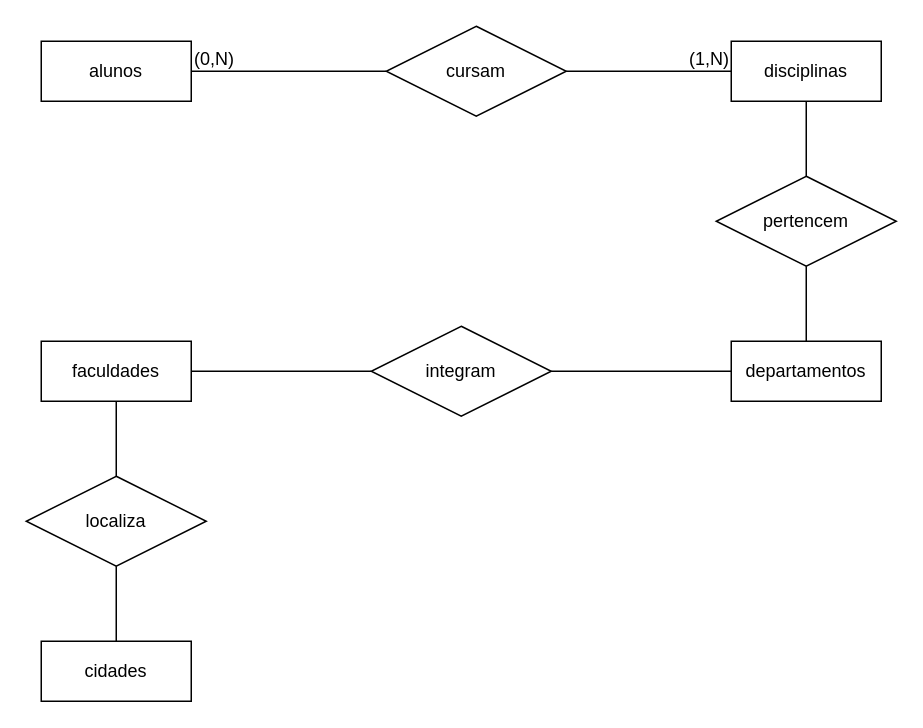
rebeccajanuario/MER keeps this draw.io diagram as modelorelacional.drawio. Above is the earlier version. Source tidied: cells renumbered, new cells numbered last; positions are measured from the earlier drawing's top-left corner, leaving out a move shared by most shapes. Both pictures are drawn from the tidied source at 150%, with x=0, y=0 at pixel (26, 26).
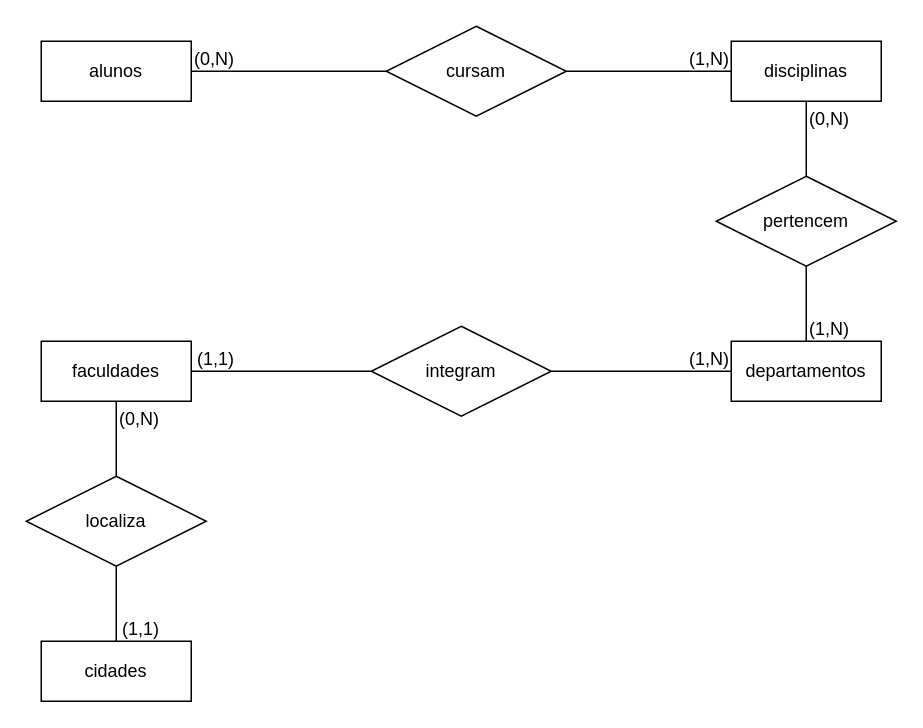
The same page after the edit.

What changed in the source:
```diff
@@
+    <mxCell id="21" value="(1,N)" style="html=1;whiteSpace=wrap;align=right;verticalAlign=bottom;" parent="1" vertex="1">
+      <mxGeometry x="550" y="210" as="geometry" />
+    </mxCell>
+    <mxCell id="22" value="(0,N)" style="html=1;whiteSpace=wrap;align=right;verticalAlign=bottom;" parent="1" vertex="1">
+      <mxGeometry x="550" y="70" as="geometry" />
+    </mxCell>
+    <mxCell id="23" value="(1,1)" style="html=1;whiteSpace=wrap;align=right;verticalAlign=bottom;" parent="1" vertex="1">
+      <mxGeometry x="140" y="230" as="geometry" />
+    </mxCell>
+    <mxCell id="24" value="(1,N)" style="html=1;whiteSpace=wrap;align=right;verticalAlign=bottom;" parent="1" vertex="1">
+      <mxGeometry x="470" y="230" as="geometry" />
+    </mxCell>
+    <mxCell id="25" value="(1,1)" style="html=1;whiteSpace=wrap;align=right;verticalAlign=bottom;" parent="1" vertex="1">
+      <mxGeometry x="90" y="410" as="geometry" />
+    </mxCell>
+    <mxCell id="26" value="(0,N)" style="html=1;whiteSpace=wrap;align=right;verticalAlign=bottom;" parent="1" vertex="1">
+      <mxGeometry x="90" y="270" as="geometry" />
+    </mxCell>
```
